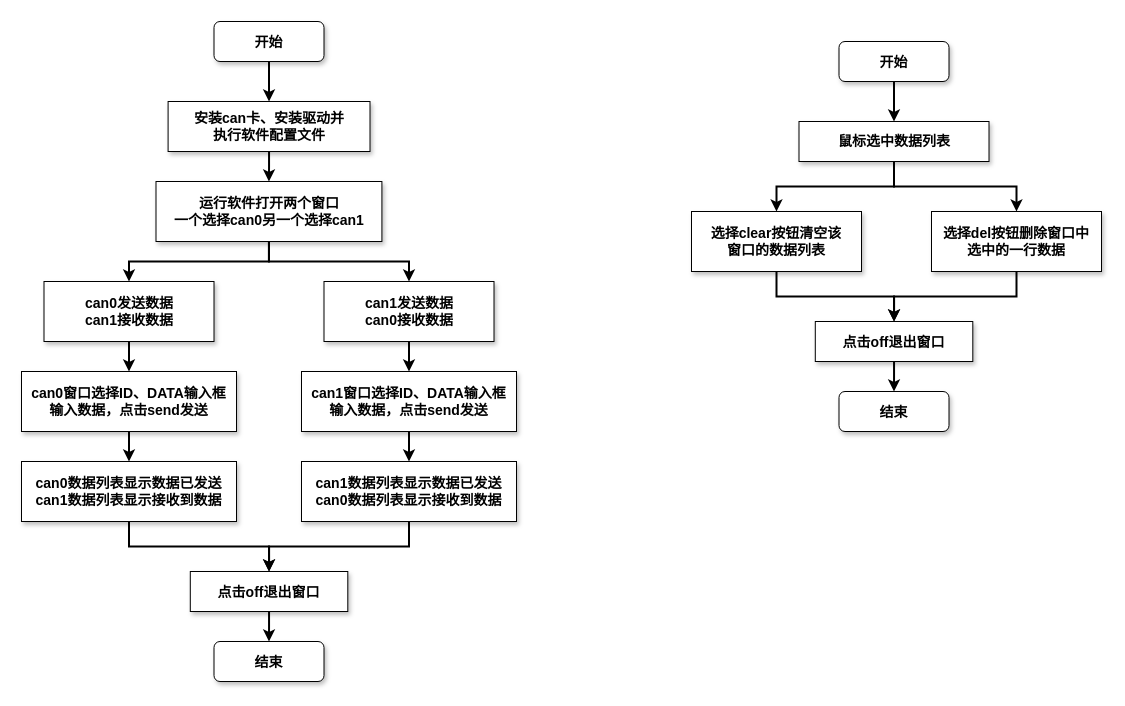
Rocky7777/draw_files keeps this draw.io diagram as Basic/未命名绘图.drawio. Above is the earlier version. Source tidied: cells renumbered, new cells numbered last; positions are measured from the earlier drawing's top-left corner, leaving out a move shared by most shapes. Both pictures are drawn from the tidied source at 100%, with x=0, y=0 at pixel (21, 21).
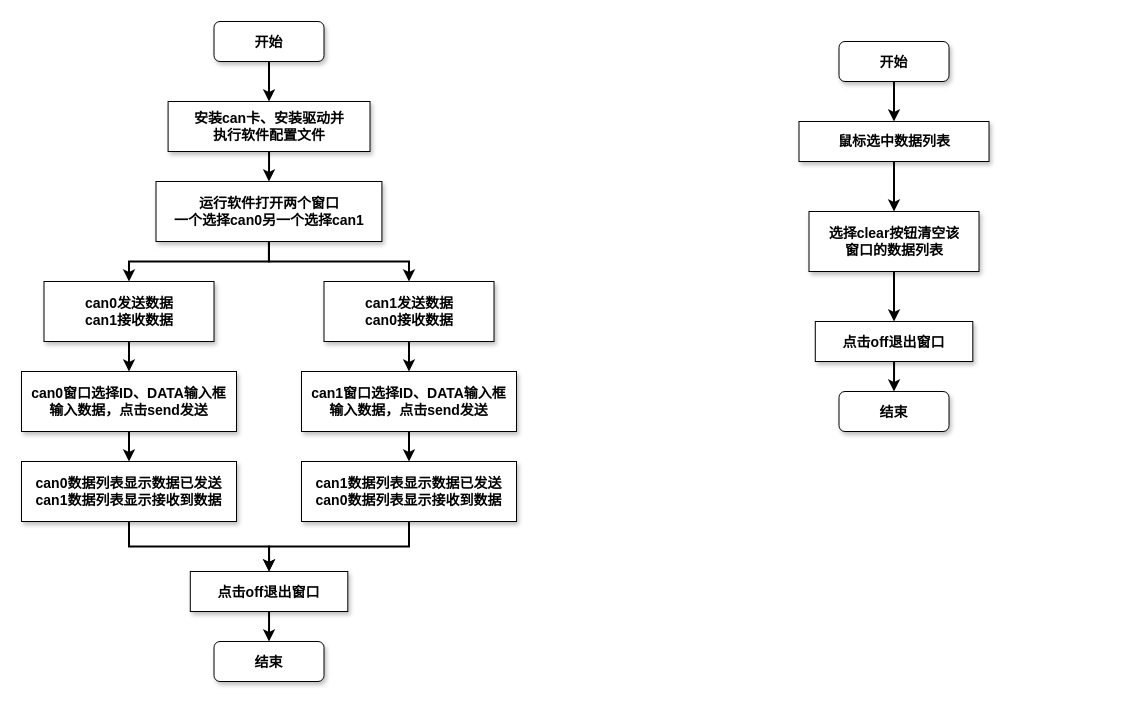
The same page after the edit.

The change refers to these unchanged cells:
```xml
<mxCell id="23" value="&lt;span style=&quot;font-size: 14px&quot;&gt;&lt;b&gt;鼠标选中数据列表&lt;/b&gt;&lt;/span&gt;" style="rounded=0;whiteSpace=wrap;html=1;shadow=1;" parent="1" vertex="1">
  <mxGeometry x="777.5" y="100" width="190" height="40" as="geometry" />
</mxCell>
<mxCell id="35" value="点击off退出窗口" style="rounded=0;shadow=1;fontStyle=1;fontSize=14;" parent="1" vertex="1">
  <mxGeometry x="793.8" y="300" width="157.5" height="40" as="geometry" />
</mxCell>
```

The edit, as a diff of the source:
```diff
@@
-    <mxCell id="22" style="edgeStyle=elbowEdgeStyle;rounded=0;jettySize=auto;elbow=vertical;html=1;exitX=0.5;exitY=1;exitDx=0;exitDy=0;fontSize=14;strokeWidth=2;" parent="1" edge="1" source="23" target="27">
-      <mxGeometry relative="1" as="geometry" />
-    </mxCell>
@@
     <mxCell id="25" value="&lt;span style=&quot;font-size: 14px&quot;&gt;&lt;b&gt;选择clear按钮清空该&lt;br&gt;窗口的数据列表&lt;/b&gt;&lt;/span&gt;" style="rounded=0;whiteSpace=wrap;html=1;shadow=1;" parent="1" vertex="1">
-      <mxGeometry x="670" y="190" width="170" height="60" as="geometry" />
+      <mxGeometry x="787.5" y="190" width="170" height="60" as="geometry" />
     </mxCell>
-    <mxCell id="26" style="edgeStyle=elbowEdgeStyle;rounded=0;jettySize=auto;elbow=vertical;html=1;exitX=0.5;exitY=1;exitDx=0;exitDy=0;fontSize=14;strokeWidth=2;entryX=0.5;entryY=0;entryDx=0;entryDy=0;" parent="1" edge="1" source="27" target="35">
-      <mxGeometry relative="1" as="geometry" />
-    </mxCell>
-    <mxCell id="27" value="&lt;span style=&quot;font-size: 14px&quot;&gt;&lt;b&gt;选择del按钮删除窗口中&lt;br&gt;选中的一行数据&lt;/b&gt;&lt;/span&gt;" style="rounded=0;whiteSpace=wrap;html=1;shadow=1;" parent="1" vertex="1">
-      <mxGeometry x="910" y="190" width="170" height="60" as="geometry" />
-    </mxCell>
```
